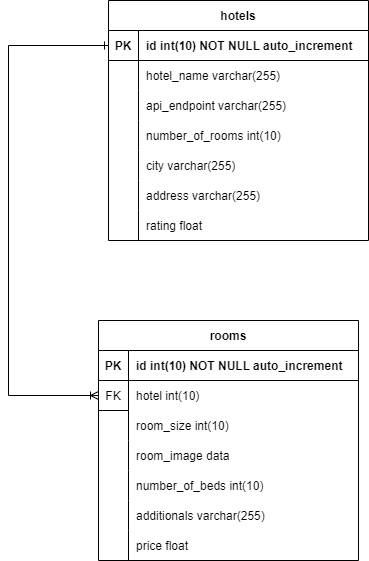
This is database/db_relations/acces_point_relations_db.png from DawidBogon/HotelBookingApp, a draw.io export, as it was before one commit. Source tidied: cells renumbered, new cells last; positions are measured from the earlier drawing's top-left corner, leaving out a move shared by most shapes.
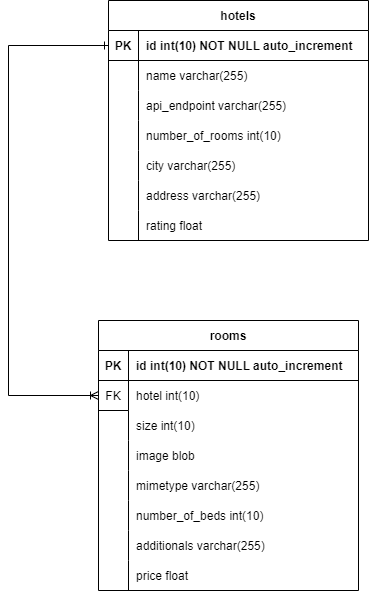
The same diagram one commit later.

The edit, as a diff of the source:
```diff
@@ -20,7 +20,7 @@
     <mxCell id="7" style="shape=partialRectangle;fillColor=none;top=0;left=0;bottom=0;right=0;overflow=hidden;" parent="6" vertex="1">
       <mxGeometry width="30" height="30" as="geometry" />
     </mxCell>
-    <mxCell id="8" value="hotel_name varchar(255)" style="shape=partialRectangle;fillColor=none;top=0;left=0;bottom=0;right=0;align=left;spacingLeft=6;overflow=hidden;" parent="6" vertex="1">
+    <mxCell id="8" value="name varchar(255)" style="shape=partialRectangle;fillColor=none;top=0;left=0;bottom=0;right=0;align=left;spacingLeft=6;overflow=hidden;" parent="6" vertex="1">
       <mxGeometry x="30" width="230" height="30" as="geometry" />
     </mxCell>
     <mxCell id="9" style="shape=tableRow;horizontal=0;startSize=0;swimlaneHead=0;swimlaneBody=0;fillColor=none;top=0;left=0;right=0;bottom=0;" parent="2" vertex="1">
@@ -69,7 +69,7 @@
       <mxGeometry x="30" width="230" height="30" as="geometry" />
     </mxCell>
     <mxCell id="24" value="rooms" style="shape=table;startSize=30;rowLines=0;fontStyle=1;align=center;" parent="1" vertex="1">
-      <mxGeometry x="90" y="320" width="260" height="240" as="geometry" />
+      <mxGeometry x="90" y="320" width="260" height="270" as="geometry" />
     </mxCell>
     <mxCell id="25" style="shape=tableRow;horizontal=0;startSize=0;swimlaneHead=0;swimlaneBody=0;fillColor=none;top=0;left=0;right=0;bottom=1;" parent="24" vertex="1">
       <mxGeometry y="30" width="260" height="30" as="geometry" />
@@ -95,7 +95,7 @@
     <mxCell id="32" style="shape=partialRectangle;fillColor=none;top=0;left=0;bottom=0;right=0;overflow=hidden;" parent="31" vertex="1">
       <mxGeometry width="30" height="30" as="geometry" />
     </mxCell>
-    <mxCell id="33" value="room_size int(10)" style="shape=partialRectangle;fillColor=none;top=0;left=0;bottom=0;right=0;align=left;spacingLeft=6;overflow=hidden;" parent="31" vertex="1">
+    <mxCell id="33" value="size int(10)" style="shape=partialRectangle;fillColor=none;top=0;left=0;bottom=0;right=0;align=left;spacingLeft=6;overflow=hidden;" parent="31" vertex="1">
       <mxGeometry x="30" width="230" height="30" as="geometry" />
     </mxCell>
     <mxCell id="34" style="shape=tableRow;horizontal=0;startSize=0;swimlaneHead=0;swimlaneBody=0;fillColor=none;top=0;left=0;right=0;bottom=0;" parent="24" vertex="1">
@@ -104,11 +104,20 @@
     <mxCell id="35" style="shape=partialRectangle;fillColor=none;top=0;left=0;bottom=0;right=0;overflow=hidden;" parent="34" vertex="1">
       <mxGeometry width="30" height="30" as="geometry" />
     </mxCell>
-    <mxCell id="36" value="room_image data" style="shape=partialRectangle;fillColor=none;top=0;left=0;bottom=0;right=0;align=left;spacingLeft=6;overflow=hidden;" parent="34" vertex="1">
+    <mxCell id="36" value="image blob" style="shape=partialRectangle;fillColor=none;top=0;left=0;bottom=0;right=0;align=left;spacingLeft=6;overflow=hidden;" parent="34" vertex="1">
       <mxGeometry x="30" width="230" height="30" as="geometry" />
     </mxCell>
+    <mxCell id="48" style="shape=tableRow;horizontal=0;startSize=0;swimlaneHead=0;swimlaneBody=0;fillColor=none;top=0;left=0;right=0;bottom=0;" parent="24" vertex="1">
+      <mxGeometry y="150" width="260" height="30" as="geometry" />
+    </mxCell>
+    <mxCell id="49" style="shape=partialRectangle;fillColor=none;top=0;left=0;bottom=0;right=0;overflow=hidden;" parent="48" vertex="1">
+      <mxGeometry width="30" height="30" as="geometry" />
+    </mxCell>
+    <mxCell id="50" value="mimetype varchar(255)" style="shape=partialRectangle;fillColor=none;top=0;left=0;bottom=0;right=0;align=left;spacingLeft=6;overflow=hidden;" parent="48" vertex="1">
+      <mxGeometry x="30" width="230" height="30" as="geometry" />
+    </mxCell>
     <mxCell id="37" style="shape=tableRow;horizontal=0;startSize=0;swimlaneHead=0;swimlaneBody=0;fillColor=none;top=0;left=0;right=0;bottom=0;" parent="24" vertex="1">
-      <mxGeometry y="150" width="260" height="30" as="geometry" />
+      <mxGeometry y="180" width="260" height="30" as="geometry" />
     </mxCell>
     <mxCell id="38" style="shape=partialRectangle;fillColor=none;top=0;left=0;bottom=0;right=0;overflow=hidden;" parent="37" vertex="1">
       <mxGeometry width="30" height="30" as="geometry" />
@@ -117,7 +126,7 @@
       <mxGeometry x="30" width="230" height="30" as="geometry" />
     </mxCell>
     <mxCell id="40" style="shape=tableRow;horizontal=0;startSize=0;swimlaneHead=0;swimlaneBody=0;fillColor=none;top=0;left=0;right=0;bottom=0;" parent="24" vertex="1">
-      <mxGeometry y="180" width="260" height="30" as="geometry" />
+      <mxGeometry y="210" width="260" height="30" as="geometry" />
     </mxCell>
     <mxCell id="41" style="shape=partialRectangle;fillColor=none;top=0;left=0;bottom=0;right=0;overflow=hidden;" parent="40" vertex="1">
       <mxGeometry width="30" height="30" as="geometry" />
@@ -126,7 +135,7 @@
       <mxGeometry x="30" width="230" height="30" as="geometry" />
     </mxCell>
     <mxCell id="43" style="shape=tableRow;horizontal=0;startSize=0;swimlaneHead=0;swimlaneBody=0;fillColor=none;top=0;left=0;right=0;bottom=0;" parent="24" vertex="1">
-      <mxGeometry y="210" width="260" height="30" as="geometry" />
+      <mxGeometry y="240" width="260" height="30" as="geometry" />
     </mxCell>
     <mxCell id="44" style="shape=partialRectangle;fillColor=none;top=0;left=0;bottom=0;right=0;overflow=hidden;" parent="43" vertex="1">
       <mxGeometry width="30" height="30" as="geometry" />
```
